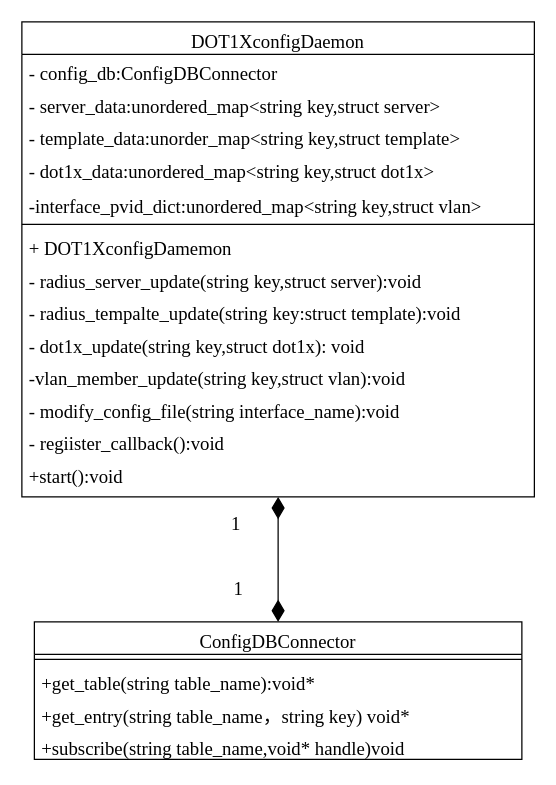
The draw.io diagram dot1xcfgd.drawio in PATORITU/PATORITU, before the edit. Source tidied: cells renumbered, new cells numbered last; positions are measured from the earlier drawing's top-left corner, leaving out a move shared by most shapes. Both pictures are drawn from the tidied source at 125%, with x=0, y=0 at pixel (21, 21).
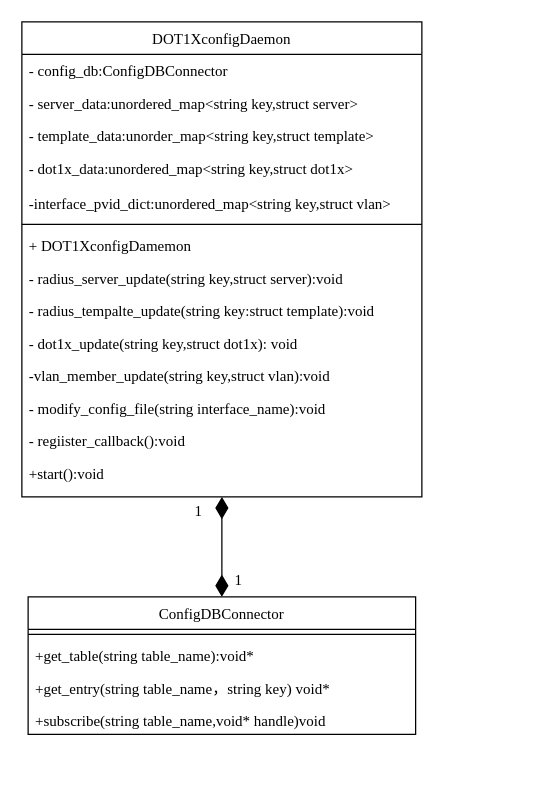
The same diagram, later.

Diff of the diagram source:
```diff
@@
-    <mxCell id="2" value="DOT1XconfigDaemon" style="swimlane;fontStyle=0;align=center;verticalAlign=top;horizontal=1;startSize=26;rounded=0;shadow=0;strokeWidth=1;fontSize=15;fontFamily=Times New Roman;" parent="1" vertex="1">
-      <mxGeometry width="410" height="380" as="geometry" />
+    <mxCell id="2" value="DOT1XconfigDaemon" style="swimlane;fontStyle=0;align=center;verticalAlign=top;horizontal=1;startSize=26;rounded=0;shadow=0;strokeWidth=1;fontSize=12;fontFamily=Times New Roman;" parent="1" vertex="1">
+      <mxGeometry width="320" height="380" as="geometry" />
     </mxCell>
-    <mxCell id="3" value="- config_db:ConfigDBConnector" style="text;align=left;verticalAlign=top;spacingLeft=4;spacingRight=4;overflow=hidden;fontSize=15;fontFamily=Times New Roman;" parent="2" vertex="1">
-      <mxGeometry y="26" width="410" height="26" as="geometry" />
+    <mxCell id="3" value="- config_db:ConfigDBConnector" style="text;align=left;verticalAlign=top;spacingLeft=4;spacingRight=4;overflow=hidden;fontSize=12;fontFamily=Times New Roman;" parent="2" vertex="1">
+      <mxGeometry y="26" width="320" height="26" as="geometry" />
     </mxCell>
-    <mxCell id="4" value="- server_data:unordered_map&lt;string key,struct server&gt;" style="text;align=left;verticalAlign=top;spacingLeft=4;spacingRight=4;overflow=hidden;rounded=0;shadow=0;html=0;fontSize=15;fontFamily=Times New Roman;" parent="2" vertex="1">
-      <mxGeometry y="52" width="410" height="26" as="geometry" />
+    <mxCell id="4" value="- server_data:unordered_map&lt;string key,struct server&gt;" style="text;align=left;verticalAlign=top;spacingLeft=4;spacingRight=4;overflow=hidden;rounded=0;shadow=0;html=0;fontSize=12;fontFamily=Times New Roman;" parent="2" vertex="1">
+      <mxGeometry y="52" width="320" height="26" as="geometry" />
     </mxCell>
-    <mxCell id="5" value="- template_data:unorder_map&lt;string key,struct template&gt;" style="text;align=left;verticalAlign=top;spacingLeft=4;spacingRight=4;overflow=hidden;rounded=0;shadow=0;html=0;fontSize=15;fontFamily=Times New Roman;" parent="2" vertex="1">
-      <mxGeometry y="78" width="410" height="26" as="geometry" />
+    <mxCell id="5" value="- template_data:unorder_map&lt;string key,struct template&gt;" style="text;align=left;verticalAlign=top;spacingLeft=4;spacingRight=4;overflow=hidden;rounded=0;shadow=0;html=0;fontSize=12;fontFamily=Times New Roman;" parent="2" vertex="1">
+      <mxGeometry y="78" width="320" height="26" as="geometry" />
     </mxCell>
-    <mxCell id="6" value="- dot1x_data:unordered_map&lt;string key,struct dot1x&gt;" style="text;align=left;verticalAlign=top;spacingLeft=4;spacingRight=4;overflow=hidden;fontSize=15;fontFamily=Times New Roman;" parent="2" vertex="1">
-      <mxGeometry y="104" width="410" height="28" as="geometry" />
+    <mxCell id="6" value="- dot1x_data:unordered_map&lt;string key,struct dot1x&gt;" style="text;align=left;verticalAlign=top;spacingLeft=4;spacingRight=4;overflow=hidden;fontSize=12;fontFamily=Times New Roman;" parent="2" vertex="1">
+      <mxGeometry y="104" width="320" height="28" as="geometry" />
     </mxCell>
-    <mxCell id="7" value="-interface_pvid_dict:unordered_map&lt;string key,struct vlan&gt;" style="text;align=left;verticalAlign=top;spacingLeft=4;spacingRight=4;overflow=hidden;rounded=0;shadow=0;html=0;fontSize=15;fontFamily=Times New Roman;" parent="2" vertex="1">
-      <mxGeometry y="132" width="410" height="26" as="geometry" />
+    <mxCell id="7" value="-interface_pvid_dict:unordered_map&lt;string key,struct vlan&gt;" style="text;align=left;verticalAlign=top;spacingLeft=4;spacingRight=4;overflow=hidden;rounded=0;shadow=0;html=0;fontSize=12;fontFamily=Times New Roman;" parent="2" vertex="1">
+      <mxGeometry y="132" width="320" height="26" as="geometry" />
     </mxCell>
-    <mxCell id="8" style="line;html=1;strokeWidth=1;align=left;verticalAlign=middle;spacingTop=-1;spacingLeft=3;spacingRight=3;labelPosition=right;fontSize=15;fontFamily=Times New Roman;" parent="2" vertex="1">
-      <mxGeometry y="158" width="410" height="8" as="geometry" />
+    <mxCell id="8" style="line;html=1;strokeWidth=1;align=left;verticalAlign=middle;spacingTop=-1;spacingLeft=3;spacingRight=3;labelPosition=right;fontSize=12;fontFamily=Times New Roman;" parent="2" vertex="1">
+      <mxGeometry y="158" width="320" height="8" as="geometry" />
     </mxCell>
-    <mxCell id="9" value="+ DOT1XconfigDamemon" style="text;align=left;verticalAlign=top;spacingLeft=4;spacingRight=4;overflow=hidden;rounded=0;shadow=0;html=0;fontSize=15;fontFamily=Times New Roman;" parent="2" vertex="1">
-      <mxGeometry y="166" width="410" height="26" as="geometry" />
+    <mxCell id="9" value="+ DOT1XconfigDamemon" style="text;align=left;verticalAlign=top;spacingLeft=4;spacingRight=4;overflow=hidden;rounded=0;shadow=0;html=0;fontSize=12;fontFamily=Times New Roman;" parent="2" vertex="1">
+      <mxGeometry y="166" width="320" height="26" as="geometry" />
     </mxCell>
-    <mxCell id="10" value="- radius_server_update(string key,struct server):void" style="text;align=left;verticalAlign=top;spacingLeft=4;spacingRight=4;overflow=hidden;rounded=0;shadow=0;html=0;fontSize=15;fontFamily=Times New Roman;" parent="2" vertex="1">
-      <mxGeometry y="192" width="410" height="26" as="geometry" />
+    <mxCell id="10" value="- radius_server_update(string key,struct server):void" style="text;align=left;verticalAlign=top;spacingLeft=4;spacingRight=4;overflow=hidden;rounded=0;shadow=0;html=0;fontSize=12;fontFamily=Times New Roman;" parent="2" vertex="1">
+      <mxGeometry y="192" width="320" height="26" as="geometry" />
     </mxCell>
-    <mxCell id="11" value="- radius_tempalte_update(string key:struct template):void" style="text;align=left;verticalAlign=top;spacingLeft=4;spacingRight=4;overflow=hidden;rounded=0;shadow=0;html=0;fontSize=15;fontFamily=Times New Roman;" parent="2" vertex="1">
-      <mxGeometry y="218" width="410" height="26" as="geometry" />
+    <mxCell id="11" value="- radius_tempalte_update(string key:struct template):void" style="text;align=left;verticalAlign=top;spacingLeft=4;spacingRight=4;overflow=hidden;rounded=0;shadow=0;html=0;fontSize=12;fontFamily=Times New Roman;" parent="2" vertex="1">
+      <mxGeometry y="218" width="320" height="26" as="geometry" />
     </mxCell>
-    <mxCell id="12" value="- dot1x_update(string key,struct dot1x): void" style="text;align=left;verticalAlign=top;spacingLeft=4;spacingRight=4;overflow=hidden;rounded=0;shadow=0;html=0;fontSize=15;fontFamily=Times New Roman;" parent="2" vertex="1">
-      <mxGeometry y="244" width="410" height="26" as="geometry" />
+    <mxCell id="12" value="- dot1x_update(string key,struct dot1x): void" style="text;align=left;verticalAlign=top;spacingLeft=4;spacingRight=4;overflow=hidden;rounded=0;shadow=0;html=0;fontSize=12;fontFamily=Times New Roman;" parent="2" vertex="1">
+      <mxGeometry y="244" width="320" height="26" as="geometry" />
     </mxCell>
-    <mxCell id="13" value="-vlan_member_update(string key,struct vlan):void" style="text;align=left;verticalAlign=top;spacingLeft=4;spacingRight=4;overflow=hidden;rounded=0;shadow=0;html=0;fontSize=15;fontFamily=Times New Roman;" parent="2" vertex="1">
-      <mxGeometry y="270" width="410" height="26" as="geometry" />
+    <mxCell id="13" value="-vlan_member_update(string key,struct vlan):void" style="text;align=left;verticalAlign=top;spacingLeft=4;spacingRight=4;overflow=hidden;rounded=0;shadow=0;html=0;fontSize=12;fontFamily=Times New Roman;" parent="2" vertex="1">
+      <mxGeometry y="270" width="320" height="26" as="geometry" />
     </mxCell>
-    <mxCell id="14" value="- modify_config_file(string interface_name):void " style="text;align=left;verticalAlign=top;spacingLeft=4;spacingRight=4;overflow=hidden;rounded=0;shadow=0;html=0;fontSize=15;fontFamily=Times New Roman;" parent="2" vertex="1">
-      <mxGeometry y="296" width="410" height="26" as="geometry" />
+    <mxCell id="14" value="- modify_config_file(string interface_name):void " style="text;align=left;verticalAlign=top;spacingLeft=4;spacingRight=4;overflow=hidden;rounded=0;shadow=0;html=0;fontSize=12;fontFamily=Times New Roman;" parent="2" vertex="1">
+      <mxGeometry y="296" width="320" height="26" as="geometry" />
     </mxCell>
-    <mxCell id="15" value="- regiister_callback():void" style="text;align=left;verticalAlign=top;spacingLeft=4;spacingRight=4;overflow=hidden;rounded=0;shadow=0;html=0;fontSize=15;fontFamily=Times New Roman;" parent="2" vertex="1">
-      <mxGeometry y="322" width="410" height="26" as="geometry" />
+    <mxCell id="15" value="- regiister_callback():void" style="text;align=left;verticalAlign=top;spacingLeft=4;spacingRight=4;overflow=hidden;rounded=0;shadow=0;html=0;fontSize=12;fontFamily=Times New Roman;" parent="2" vertex="1">
+      <mxGeometry y="322" width="320" height="26" as="geometry" />
     </mxCell>
-    <mxCell id="16" value="ConfigDBConnector" style="swimlane;fontStyle=0;align=center;verticalAlign=top;horizontal=1;startSize=26;rounded=0;shadow=0;strokeWidth=1;fontSize=15;fontFamily=Times New Roman;" parent="1" vertex="1">
-      <mxGeometry x="10" y="480" width="390" height="110" as="geometry" />
+    <mxCell id="16" value="ConfigDBConnector" style="swimlane;fontStyle=0;align=center;verticalAlign=top;horizontal=1;startSize=26;rounded=0;shadow=0;strokeWidth=1;fontSize=12;fontFamily=Times New Roman;" parent="1" vertex="1">
+      <mxGeometry x="5" y="460" width="310" height="110" as="geometry" />
     </mxCell>
-    <mxCell id="17" style="line;html=1;strokeWidth=1;align=left;verticalAlign=middle;spacingTop=-1;spacingLeft=3;spacingRight=3;labelPosition=right;fontSize=15;fontFamily=Times New Roman;" parent="16" vertex="1">
-      <mxGeometry y="26" width="390" height="8" as="geometry" />
+    <mxCell id="17" style="line;html=1;strokeWidth=1;align=left;verticalAlign=middle;spacingTop=-1;spacingLeft=3;spacingRight=3;labelPosition=right;fontSize=12;fontFamily=Times New Roman;" parent="16" vertex="1">
+      <mxGeometry y="26" width="310" height="8" as="geometry" />
     </mxCell>
-    <mxCell id="18" value="+get_table(string table_name):void*" style="text;align=left;verticalAlign=top;spacingLeft=4;spacingRight=4;overflow=hidden;fontSize=15;fontFamily=Times New Roman;" parent="16" vertex="1">
-      <mxGeometry y="34" width="390" height="26" as="geometry" />
+    <mxCell id="18" value="+get_table(string table_name):void*" style="text;align=left;verticalAlign=top;spacingLeft=4;spacingRight=4;overflow=hidden;fontSize=12;fontFamily=Times New Roman;" parent="16" vertex="1">
+      <mxGeometry y="34" width="310" height="26" as="geometry" />
     </mxCell>
-    <mxCell id="19" value="+get_entry(string table_name，string key) void*" style="text;align=left;verticalAlign=top;spacingLeft=4;spacingRight=4;overflow=hidden;rounded=0;shadow=0;html=0;fontSize=15;fontFamily=Times New Roman;" parent="16" vertex="1">
-      <mxGeometry y="60" width="390" height="26" as="geometry" />
+    <mxCell id="19" value="+get_entry(string table_name，string key) void*" style="text;align=left;verticalAlign=top;spacingLeft=4;spacingRight=4;overflow=hidden;rounded=0;shadow=0;html=0;fontSize=12;fontFamily=Times New Roman;" parent="16" vertex="1">
+      <mxGeometry y="60" width="310" height="26" as="geometry" />
     </mxCell>
-    <mxCell id="20" value="+subscribe(string table_name,void* handle)void" style="text;align=left;verticalAlign=top;spacingLeft=4;spacingRight=4;overflow=hidden;rounded=0;shadow=0;html=0;fontSize=15;fontFamily=Times New Roman;" parent="16" vertex="1">
-      <mxGeometry y="86" width="390" height="24" as="geometry" />
+    <mxCell id="20" value="+subscribe(string table_name,void* handle)void" style="text;align=left;verticalAlign=top;spacingLeft=4;spacingRight=4;overflow=hidden;rounded=0;shadow=0;html=0;fontSize=12;fontFamily=Times New Roman;" parent="16" vertex="1">
+      <mxGeometry y="86" width="310" height="24" as="geometry" />
     </mxCell>
-    <mxCell id="21" value="+start():void" style="text;align=left;verticalAlign=top;spacingLeft=4;spacingRight=4;overflow=hidden;rounded=0;shadow=0;html=0;fontSize=15;fontFamily=Times New Roman;" parent="1" vertex="1">
+    <mxCell id="21" value="+start():void" style="text;align=left;verticalAlign=top;spacingLeft=4;spacingRight=4;overflow=hidden;rounded=0;shadow=0;html=0;fontSize=12;fontFamily=Times New Roman;" parent="1" vertex="1">
       <mxGeometry y="348" width="330" height="26" as="geometry" />
     </mxCell>
-    <mxCell id="22" style="endArrow=diamondThin;html=1;rounded=0;exitX=0.5;exitY=0;exitDx=0;exitDy=0;entryX=0.5;entryY=1;entryDx=0;entryDy=0;endFill=1;startArrow=diamondThin;startFill=1;endSize=15;startSize=15;fontSize=15;fontFamily=Times New Roman;" parent="1" edge="1" source="16" target="2">
+    <mxCell id="22" style="endArrow=diamondThin;html=1;rounded=0;exitX=0.5;exitY=0;exitDx=0;exitDy=0;entryX=0.5;entryY=1;entryDx=0;entryDy=0;endFill=1;startArrow=diamondThin;startFill=1;endSize=15;startSize=15;fontSize=12;fontFamily=Times New Roman;" parent="1" edge="1" source="16" target="2">
       <mxGeometry relative="1" as="geometry" />
     </mxCell>
-    <mxCell id="23" value="1" style="edgeLabel;html=1;align=center;verticalAlign=middle;fontSize=15;fontFamily=Times New Roman;" parent="22" vertex="1">
+    <mxCell id="23" value="1" style="edgeLabel;html=1;align=center;verticalAlign=middle;fontSize=12;fontFamily=Times New Roman;" parent="22" vertex="1">
       <mxGeometry x="0.03" y="-3" relative="1" as="geometry">
-        <mxPoint x="-38" y="-28" as="offset" />
+        <mxPoint x="-23" y="-28" as="offset" />
       </mxGeometry>
     </mxCell>
-    <mxCell id="24" value="1" style="edgeLabel;html=1;align=center;verticalAlign=middle;fontSize=15;fontFamily=Times New Roman;" parent="1" vertex="1">
-      <mxGeometry x="180" y="380" as="geometry">
+    <mxCell id="24" value="1" style="edgeLabel;html=1;align=center;verticalAlign=middle;fontSize=12;fontFamily=Times New Roman;" parent="1" vertex="1">
+      <mxGeometry x="180" y="374" as="geometry">
         <mxPoint x="-8" y="72" as="offset" />
       </mxGeometry>
     </mxCell>
```
